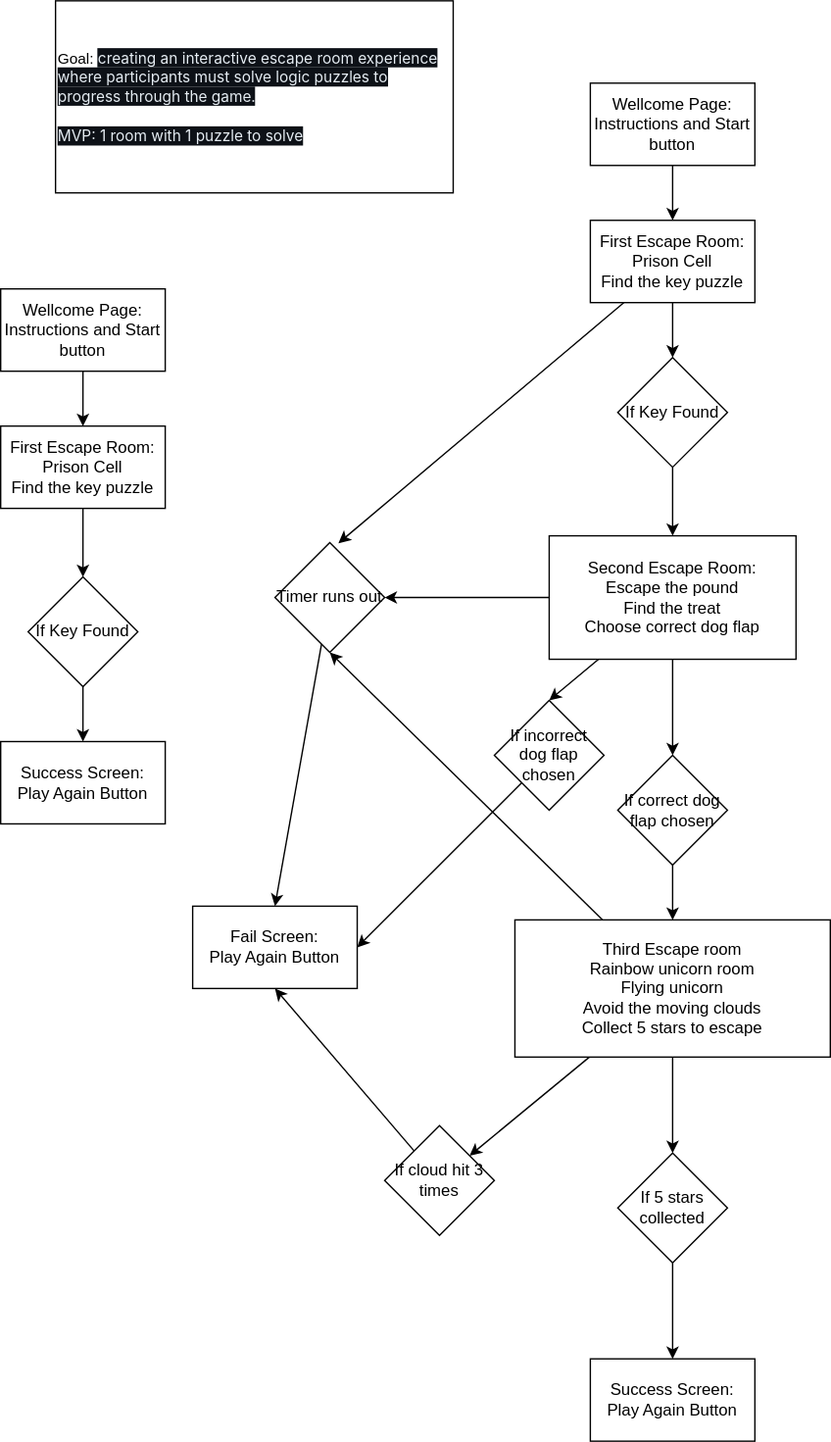
Earlier version of the draw.io export ker-escape-room.drawio.svg (SchoolOfCode/escape-room-hackathon-koding-exceptional-repo-s). Source tidied: cells renumbered, new cells last; positions are measured from the earlier drawing's top-left corner, leaving out a move shared by most shapes.
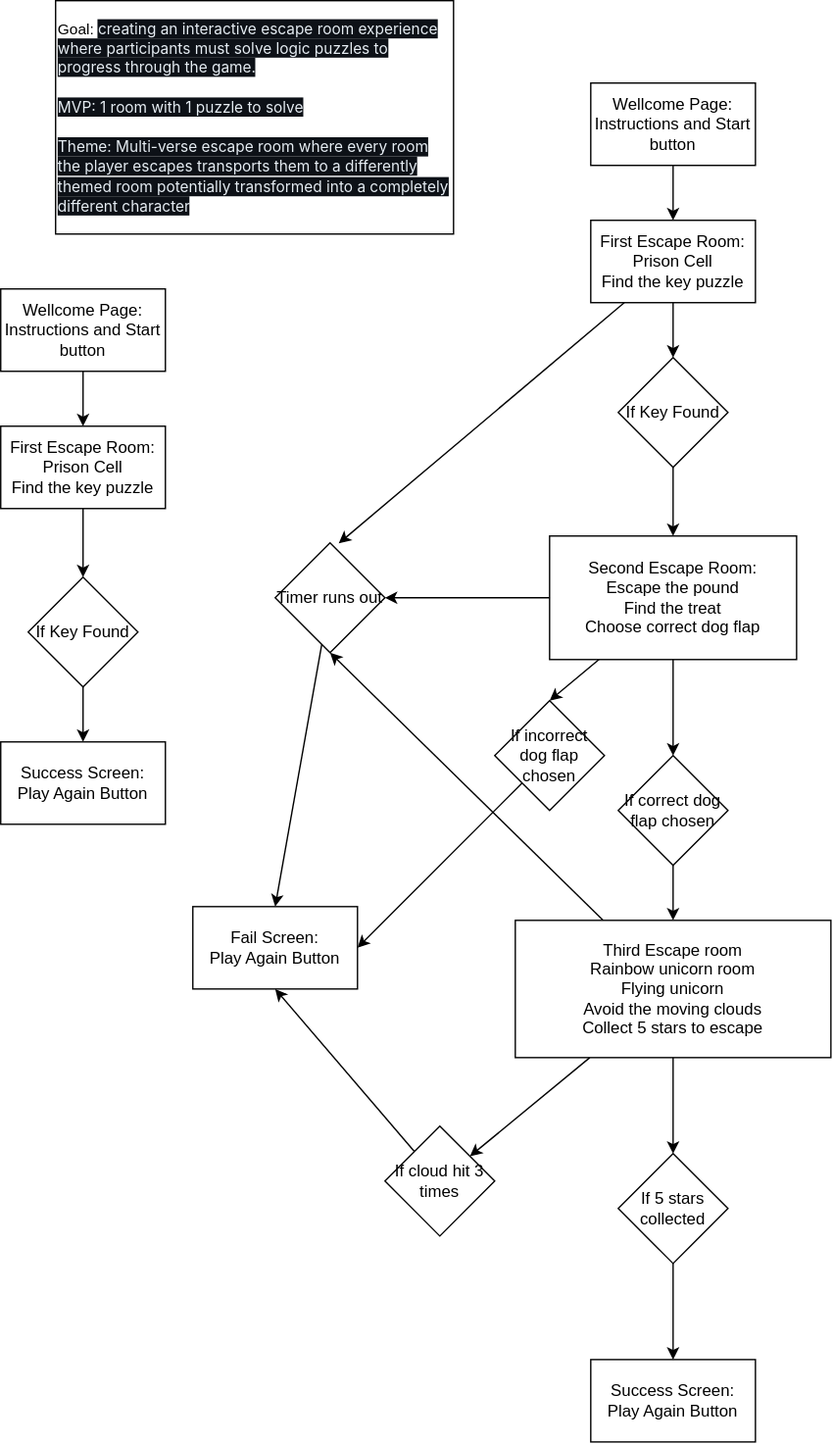
Later version of the same file.

Commit message:
minor tweak to description in workflow

Change to the diagram source:
```diff
@@ -2,8 +2,8 @@
   <root>
     <mxCell id="0" />
     <mxCell id="1" parent="0" />
-    <mxCell id="2" value="&lt;font style=&quot;font-size: 11px;&quot;&gt;Goal:&amp;nbsp;&lt;span style=&quot;color: rgb(230, 237, 243); font-family: -apple-system, BlinkMacSystemFont, &amp;quot;Segoe UI&amp;quot;, &amp;quot;Noto Sans&amp;quot;, Helvetica, Arial, sans-serif, &amp;quot;Apple Color Emoji&amp;quot;, &amp;quot;Segoe UI Emoji&amp;quot;; background-color: rgb(13, 17, 23);&quot;&gt;creating an interactive escape room experience where participants must solve logic puzzles to progress through the game.&lt;br&gt;&lt;br&gt;MVP: 1 room with 1 puzzle to solve&lt;br&gt;&lt;/span&gt;&lt;/font&gt;" style="rounded=0;whiteSpace=wrap;html=1;align=left;" parent="1" vertex="1">
-      <mxGeometry x="40" width="290" height="140" as="geometry" />
+    <mxCell id="2" value="&lt;font style=&quot;font-size: 11px;&quot;&gt;Goal:&amp;nbsp;&lt;span style=&quot;color: rgb(230, 237, 243); font-family: -apple-system, BlinkMacSystemFont, &amp;quot;Segoe UI&amp;quot;, &amp;quot;Noto Sans&amp;quot;, Helvetica, Arial, sans-serif, &amp;quot;Apple Color Emoji&amp;quot;, &amp;quot;Segoe UI Emoji&amp;quot;; background-color: rgb(13, 17, 23);&quot;&gt;creating an interactive escape room experience where participants must solve logic puzzles to progress through the game.&lt;br&gt;&lt;br&gt;MVP: 1 room with 1 puzzle to solve&lt;br&gt;&lt;br&gt;Theme: Multi-verse escape room where every room the player escapes transports them to a differently themed room potentially transformed into a completely different character&amp;nbsp;&lt;br&gt;&lt;/span&gt;&lt;/font&gt;" style="rounded=0;whiteSpace=wrap;html=1;align=left;" parent="1" vertex="1">
+      <mxGeometry x="40" width="290" height="170" as="geometry" />
     </mxCell>
     <mxCell id="3" style="edgeStyle=none;html=1;" parent="1" edge="1" source="4" target="6">
       <mxGeometry relative="1" as="geometry" />
```
